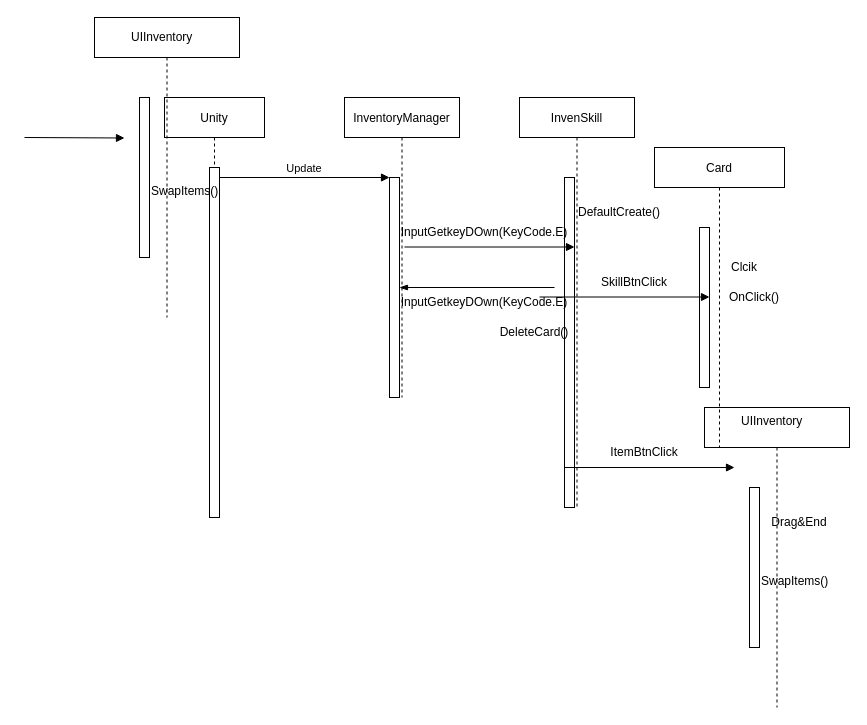
This is 제목 없는 다이어그램.drawio from hanmin0728/2-3, a draw.io file, before an edit. Source tidied: cells renumbered, new cells numbered last; positions are measured from the earlier drawing's top-left corner, leaving out a move shared by most shapes. Both pictures are drawn from the tidied source at 100%, with x=0, y=0 at pixel (24, 17).
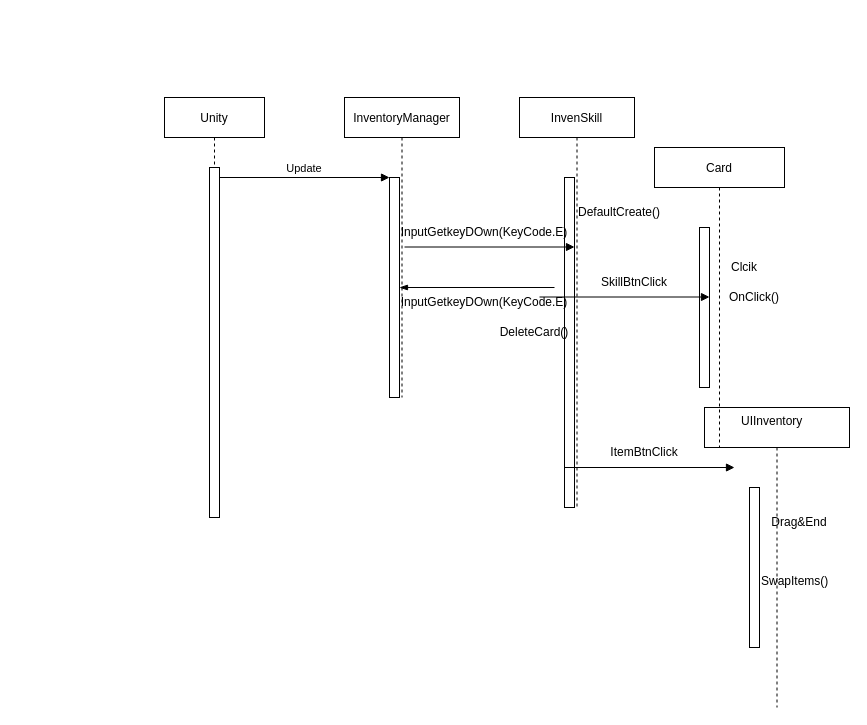
The same diagram, later.

Commit message (it also covers changes not shown here):
제목 없는 다이어그램.drawio 업데이트

The edit, as a diff of the source:
```diff
@@
-    <mxCell id="17" style="shape=umlLifeline;perimeter=lifelinePerimeter;rounded=0;shadow=0;strokeWidth=1;" parent="1" vertex="1">
-      <mxGeometry x="70" width="145" height="300" as="geometry" />
-    </mxCell>
-    <mxCell id="18" style="perimeter=orthogonalPerimeter;rounded=0;shadow=0;strokeWidth=1;" parent="17" vertex="1">
-      <mxGeometry x="45" y="80" width="10" height="160" as="geometry" />
-    </mxCell>
-    <mxCell id="19" value="UIInventory" style="text;whiteSpace=wrap;html=1;" parent="17" vertex="1">
-      <mxGeometry x="35" y="6" width="90" height="40" as="geometry" />
-    </mxCell>
-    <mxCell id="20" value="SwapItems()" style="text;whiteSpace=wrap;html=1;" parent="17" vertex="1">
-      <mxGeometry x="55" y="160" width="90" height="40" as="geometry" />
-    </mxCell>
-    <mxCell id="21" style="verticalAlign=bottom;endArrow=block;shadow=0;strokeWidth=1;" parent="17" edge="1">
-      <mxGeometry relative="1" as="geometry">
-        <mxPoint x="-70" y="120" as="sourcePoint" />
-        <mxPoint x="30" y="120.5" as="targetPoint" />
-      </mxGeometry>
-    </mxCell>
```
